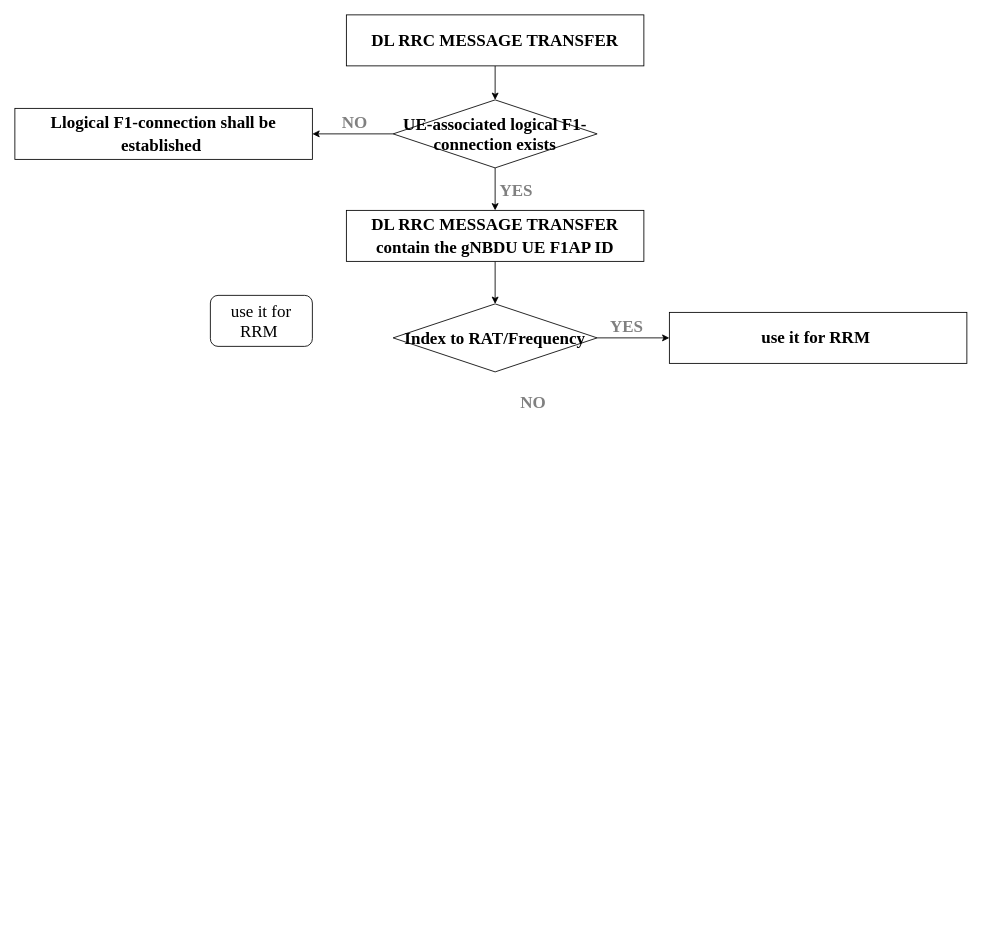
The draw.io diagram page "DL RRC MESSAGE TRANSFER" (6 of 10) of Images/RRCSetUp.drawio in TsaiChuWang/Cloud-RAN-Simulation-Electronic-Fence-Based-on-NFV, before the edit. Source tidied: cells renumbered, new cells numbered last; positions are measured from the earlier drawing's top-left corner, leaving out a move shared by most shapes. Both pictures are drawn from the tidied source at 85%, with x=0, y=0 at pixel (14, 14).
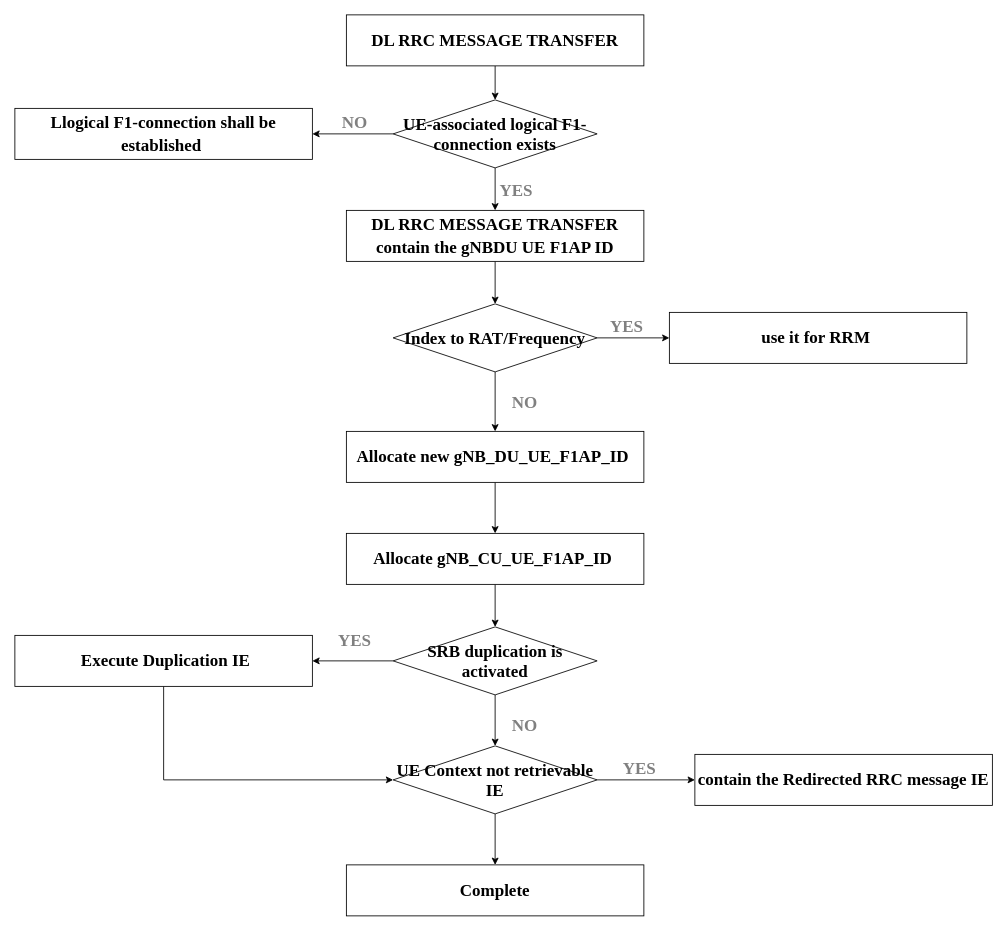
The same page after the edit.

The change refers to these unchanged cells:
```xml
<mxCell id="13" value="&lt;span style=&quot;font-size: 20px; text-align: left;&quot;&gt;Index to RAT/Frequency&lt;/span&gt;" style="rhombus;whiteSpace=wrap;html=1;fontFamily=Times New Roman;fontSize=20;fontStyle=1;" parent="1" vertex="1">
  <mxGeometry x="445" y="340" width="240" height="80" as="geometry" />
</mxCell>
```

Diff of the diagram source:
```diff
@@
+    <mxCell id="18" style="edgeStyle=none;html=1;fontFamily=Times New Roman;fontSize=20;" parent="1" edge="1" source="13" target="20">
+      <mxGeometry relative="1" as="geometry" />
+    </mxCell>
@@
-    <mxCell id="14" value="use it for RRM&amp;nbsp;" style="rounded=1;whiteSpace=wrap;html=1;fontFamily=Times New Roman;fontSize=20;" parent="1" vertex="1">
-      <mxGeometry x="230" y="330" width="120" height="60" as="geometry" />
-    </mxCell>
@@
     <mxCell id="17" value="&lt;font color=&quot;#808080&quot;&gt;&lt;b&gt;NO&lt;/b&gt;&lt;/font&gt;" style="text;html=1;strokeColor=none;fillColor=none;align=center;verticalAlign=middle;whiteSpace=wrap;rounded=0;fontFamily=Times New Roman;fontSize=20;fontColor=default;" parent="1" vertex="1">
-      <mxGeometry x="580" y="440" width="60" height="30" as="geometry" />
+      <mxGeometry x="570" y="440" width="60" height="30" as="geometry" />
     </mxCell>
+    <mxCell id="19" style="edgeStyle=none;html=1;fontFamily=Times New Roman;fontSize=20;" parent="1" edge="1" source="20" target="22">
+      <mxGeometry relative="1" as="geometry" />
+    </mxCell>
+    <mxCell id="20" value="&lt;span id=&quot;docs-internal-guid-71783977-7fff-e65a-4a16-888c71d1ddcc&quot; style=&quot;font-size: 20px&quot;&gt;&lt;h3 dir=&quot;ltr&quot; style=&quot;line-height: 1.38 ; margin-top: 0pt ; margin-bottom: 0pt ; font-size: 20px&quot;&gt;&lt;span style=&quot;font-size: 20px ; background-color: transparent ; vertical-align: baseline&quot;&gt;Allocate new&amp;nbsp;&lt;/span&gt;gNB_DU_UE_F1AP_ID&amp;nbsp;&lt;/h3&gt;&lt;/span&gt;" style="rounded=0;whiteSpace=wrap;html=1;fontSize=20;fontStyle=1;fontFamily=Times New Roman;" parent="1" vertex="1">
+      <mxGeometry x="390" y="490" width="350" height="60" as="geometry" />
+    </mxCell>
+    <mxCell id="21" style="edgeStyle=none;html=1;fontFamily=Times New Roman;fontSize=20;" parent="1" edge="1" source="22" target="25">
+      <mxGeometry relative="1" as="geometry" />
+    </mxCell>
+    <mxCell id="22" value="&lt;span id=&quot;docs-internal-guid-71783977-7fff-e65a-4a16-888c71d1ddcc&quot; style=&quot;font-size: 20px&quot;&gt;&lt;h3 dir=&quot;ltr&quot; style=&quot;line-height: 1.38 ; margin-top: 0pt ; margin-bottom: 0pt ; font-size: 20px&quot;&gt;&lt;span style=&quot;font-size: 20px ; background-color: transparent ; vertical-align: baseline&quot;&gt;Allocate&amp;nbsp;&lt;/span&gt;gNB_CU_UE_F1AP_ID&amp;nbsp;&lt;/h3&gt;&lt;/span&gt;" style="rounded=0;whiteSpace=wrap;html=1;fontSize=20;fontStyle=1;fontFamily=Times New Roman;" parent="1" vertex="1">
+      <mxGeometry x="390" y="610" width="350" height="60" as="geometry" />
+    </mxCell>
+    <mxCell id="23" style="edgeStyle=none;html=1;fontFamily=Times New Roman;fontSize=20;" parent="1" edge="1" source="25" target="27">
+      <mxGeometry relative="1" as="geometry" />
+    </mxCell>
+    <mxCell id="24" style="edgeStyle=none;html=1;fontFamily=Times New Roman;fontSize=20;entryX=0.5;entryY=0;entryDx=0;entryDy=0;" parent="1" edge="1" source="25" target="32">
+      <mxGeometry relative="1" as="geometry" />
+    </mxCell>
+    <mxCell id="25" value="&lt;div&gt;&lt;span&gt;SRB duplication is activated&lt;/span&gt;&lt;/div&gt;" style="rhombus;whiteSpace=wrap;html=1;fontFamily=Times New Roman;fontSize=20;fontStyle=1;align=center;" parent="1" vertex="1">
+      <mxGeometry x="445" y="720" width="240" height="80" as="geometry" />
+    </mxCell>
+    <mxCell id="26" style="edgeStyle=none;html=1;entryX=0;entryY=0.5;entryDx=0;entryDy=0;fontFamily=Times New Roman;fontSize=20;rounded=0;" parent="1" edge="1" source="27" target="32">
+      <mxGeometry relative="1" as="geometry">
+        <Array as="points">
+          <mxPoint x="175" y="900" />
+        </Array>
+      </mxGeometry>
+    </mxCell>
+    <mxCell id="27" value="&lt;span id=&quot;docs-internal-guid-71783977-7fff-e65a-4a16-888c71d1ddcc&quot; style=&quot;font-size: 20px&quot;&gt;&lt;h3 dir=&quot;ltr&quot; style=&quot;line-height: 1.38 ; margin-top: 0pt ; margin-bottom: 0pt ; font-size: 20px&quot;&gt;&amp;nbsp;Execute Duplication IE&lt;br&gt;&lt;/h3&gt;&lt;/span&gt;" style="rounded=0;whiteSpace=wrap;html=1;fontSize=20;fontStyle=1;fontFamily=Times New Roman;" parent="1" vertex="1">
+      <mxGeometry y="730" width="350" height="60" as="geometry" />
+    </mxCell>
+    <mxCell id="28" value="&lt;font color=&quot;#808080&quot;&gt;&lt;b&gt;NO&lt;/b&gt;&lt;/font&gt;" style="text;html=1;strokeColor=none;fillColor=none;align=center;verticalAlign=middle;whiteSpace=wrap;rounded=0;fontFamily=Times New Roman;fontSize=20;fontColor=default;" parent="1" vertex="1">
+      <mxGeometry x="570" y="820" width="60" height="30" as="geometry" />
+    </mxCell>
+    <mxCell id="29" value="&lt;font color=&quot;#808080&quot;&gt;&lt;b&gt;YES&lt;/b&gt;&lt;/font&gt;" style="text;html=1;strokeColor=none;fillColor=none;align=center;verticalAlign=middle;whiteSpace=wrap;rounded=0;fontFamily=Times New Roman;fontSize=20;fontColor=default;" parent="1" vertex="1">
+      <mxGeometry x="370" y="720" width="60" height="30" as="geometry" />
+    </mxCell>
+    <mxCell id="30" style="edgeStyle=none;rounded=0;html=1;fontFamily=Times New Roman;fontSize=20;" parent="1" edge="1" source="32" target="33">
+      <mxGeometry relative="1" as="geometry" />
+    </mxCell>
+    <mxCell id="31" style="edgeStyle=none;rounded=0;html=1;entryX=0.5;entryY=0;entryDx=0;entryDy=0;fontFamily=Times New Roman;fontSize=20;" parent="1" edge="1" source="32" target="35">
+      <mxGeometry relative="1" as="geometry" />
+    </mxCell>
+    <mxCell id="32" value="UE Context not retrievable IE" style="rhombus;whiteSpace=wrap;html=1;fontFamily=Times New Roman;fontSize=20;fontStyle=1;align=center;" parent="1" vertex="1">
+      <mxGeometry x="445" y="860" width="240" height="80" as="geometry" />
+    </mxCell>
+    <mxCell id="33" value="&lt;span id=&quot;docs-internal-guid-71783977-7fff-e65a-4a16-888c71d1ddcc&quot; style=&quot;font-size: 20px&quot;&gt;&lt;h3 dir=&quot;ltr&quot; style=&quot;line-height: 1.38 ; margin-top: 0pt ; margin-bottom: 0pt ; font-size: 20px&quot;&gt;contain the Redirected RRC message IE&lt;br&gt;&lt;/h3&gt;&lt;/span&gt;" style="rounded=0;whiteSpace=wrap;html=1;fontSize=20;fontStyle=1;fontFamily=Times New Roman;" parent="1" vertex="1">
+      <mxGeometry x="800" y="870" width="350" height="60" as="geometry" />
+    </mxCell>
+    <mxCell id="34" value="&lt;font color=&quot;#808080&quot;&gt;&lt;b&gt;YES&lt;/b&gt;&lt;/font&gt;" style="text;html=1;strokeColor=none;fillColor=none;align=center;verticalAlign=middle;whiteSpace=wrap;rounded=0;fontFamily=Times New Roman;fontSize=20;fontColor=default;" parent="1" vertex="1">
+      <mxGeometry x="705" y="870" width="60" height="30" as="geometry" />
+    </mxCell>
+    <mxCell id="35" value="&lt;span id=&quot;docs-internal-guid-71783977-7fff-e65a-4a16-888c71d1ddcc&quot; style=&quot;font-size: 20px&quot;&gt;&lt;h3 dir=&quot;ltr&quot; style=&quot;line-height: 1.38 ; margin-top: 0pt ; margin-bottom: 0pt ; font-size: 20px&quot;&gt;Complete&lt;br&gt;&lt;/h3&gt;&lt;/span&gt;" style="rounded=0;whiteSpace=wrap;html=1;fontSize=20;fontStyle=1;fontFamily=Times New Roman;" parent="1" vertex="1">
+      <mxGeometry x="390" y="1000" width="350" height="60" as="geometry" />
+    </mxCell>
```
